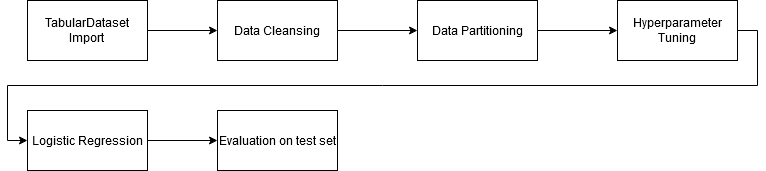
This is Pipeline_MLProject1.png from martinwilk/nd00333_AZMLND_Optimizing_a_Pipeline_in_Azure-Starter_Files, a draw.io export, as it was before one commit. Source tidied: cells renumbered, new cells last; positions are measured from the earlier drawing's top-left corner, leaving out a move shared by most shapes.
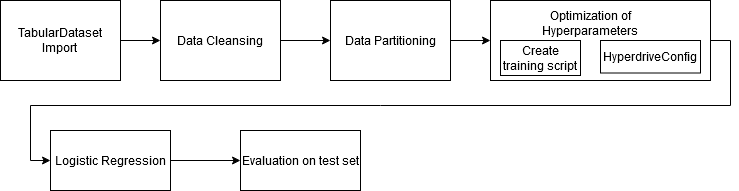
The same diagram one commit later.

What changed in the source:
```diff
@@ -6,19 +6,19 @@
       <mxGeometry relative="1" as="geometry" />
     </mxCell>
     <mxCell id="3" value="&lt;div&gt;TabularDataset&lt;/div&gt;&lt;div&gt;Import&lt;br&gt;&lt;/div&gt;" style="rounded=0;whiteSpace=wrap;html=1;" parent="1" vertex="1">
-      <mxGeometry width="120" height="60" as="geometry" />
+      <mxGeometry x="-50" y="-20" width="120" height="80" as="geometry" />
     </mxCell>
     <mxCell id="4" style="edgeStyle=orthogonalEdgeStyle;rounded=0;jettySize=auto;html=1;" parent="1" edge="1" source="5" target="12">
       <mxGeometry relative="1" as="geometry" />
     </mxCell>
     <mxCell id="5" value="Data Cleansing" style="rounded=0;whiteSpace=wrap;html=1;" parent="1" vertex="1">
-      <mxGeometry x="190" width="120" height="60" as="geometry" />
+      <mxGeometry x="110" y="-20" width="120" height="80" as="geometry" />
     </mxCell>
     <mxCell id="6" style="edgeStyle=orthogonalEdgeStyle;rounded=0;jettySize=auto;html=1;exitX=1;exitY=0.5;exitDx=0;exitDy=0;entryX=0;entryY=0.5;entryDx=0;entryDy=0;" parent="1" edge="1" source="7" target="9">
       <mxGeometry relative="1" as="geometry" />
     </mxCell>
-    <mxCell id="7" value="&lt;div&gt;Hyperparameter&lt;/div&gt;&lt;div&gt;Tuning&lt;br&gt;&lt;/div&gt;" style="rounded=0;whiteSpace=wrap;html=1;" parent="1" vertex="1">
-      <mxGeometry x="590" width="120" height="60" as="geometry" />
+    <mxCell id="7" style="rounded=0;whiteSpace=wrap;html=1;" parent="1" vertex="1">
+      <mxGeometry x="440" y="-20" width="220" height="80" as="geometry" />
     </mxCell>
     <mxCell id="8" style="edgeStyle=orthogonalEdgeStyle;rounded=0;jettySize=auto;html=1;" parent="1" edge="1" source="9" target="10">
       <mxGeometry relative="1" as="geometry" />
@@ -33,7 +33,16 @@
       <mxGeometry relative="1" as="geometry" />
     </mxCell>
     <mxCell id="12" value="Data Partitioning" style="rounded=0;whiteSpace=wrap;html=1;" parent="1" vertex="1">
-      <mxGeometry x="390" width="120" height="60" as="geometry" />
+      <mxGeometry x="280" y="-20" width="120" height="80" as="geometry" />
     </mxCell>
+    <mxCell id="13" value="Create training script" style="rounded=0;whiteSpace=wrap;html=1;" parent="1" vertex="1">
+      <mxGeometry x="450" y="20" width="80" height="35" as="geometry" />
+    </mxCell>
+    <mxCell id="14" value="HyperdriveConfig" style="rounded=0;whiteSpace=wrap;html=1;" parent="1" vertex="1">
+      <mxGeometry x="550" y="20" width="100" height="32.5" as="geometry" />
+    </mxCell>
+    <mxCell id="15" value="&lt;div&gt;Optimization of Hyperparameters&lt;/div&gt;&lt;div&gt;&lt;br&gt;&lt;/div&gt;" style="text;html=1;strokeColor=none;fillColor=none;align=center;verticalAlign=middle;whiteSpace=wrap;rounded=0;" parent="1" vertex="1">
+      <mxGeometry x="520" width="40" height="20" as="geometry" />
+    </mxCell>
   </root>
 </mxGraphModel>
```
